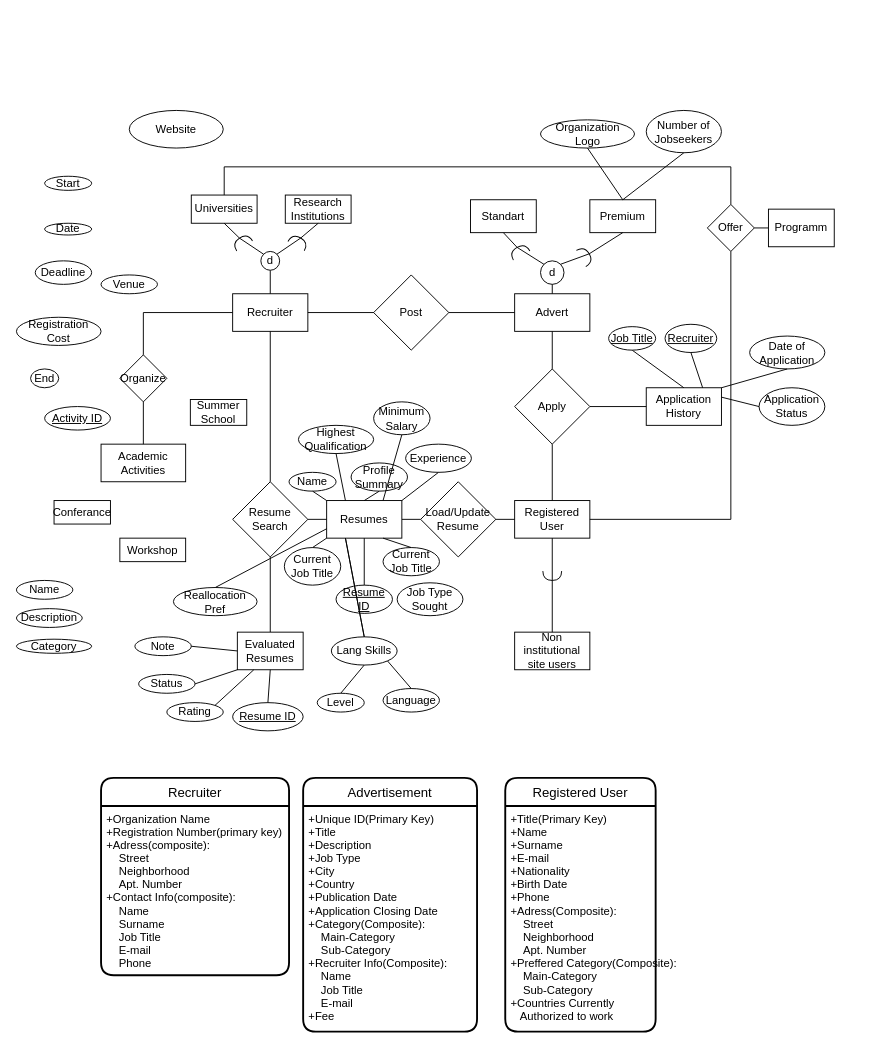
This is Untitled Diagram.drawio from elkesh/intro_to_database, a draw.io file, before an edit. Source tidied: cells renumbered, new cells numbered last; positions are measured from the earlier drawing's top-left corner, leaving out a move shared by most shapes. Both pictures are drawn from the tidied source at 94%, with x=0, y=0 at pixel (16, 110).
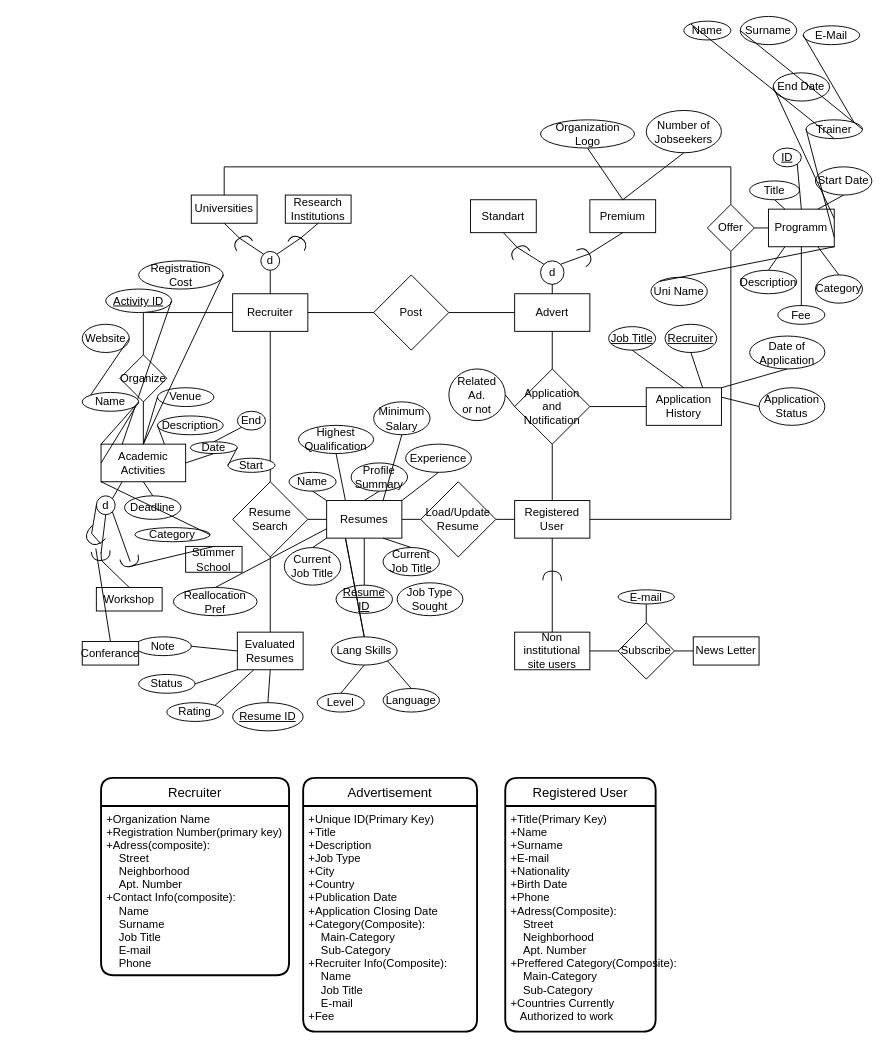
The same diagram, later.

The change refers to these unchanged cells:
```xml
<mxCell id="14" value="Non institutional site users" style="rounded=0;whiteSpace=wrap;html=1;" parent="1" vertex="1">
  <mxGeometry x="530" y="555" width="80" height="40" as="geometry" />
</mxCell>
<mxCell id="34" value="Academic&lt;br&gt;Activities" style="rounded=0;whiteSpace=wrap;html=1;" parent="1" vertex="1">
  <mxGeometry x="90" y="355" width="90" height="40" as="geometry" />
</mxCell>
<mxCell id="42" value="Programm" style="rounded=0;whiteSpace=wrap;html=1;" parent="1" vertex="1">
  <mxGeometry x="800" y="105" width="70" height="40" as="geometry" />
</mxCell>
```

Change to the diagram source:
```diff
@@
-    <mxCell id="12" style="shape=requiredInterface;html=1;verticalLabelPosition=bottom;sketch=0;rotation=90;" parent="1" vertex="1">
+    <mxCell id="12" style="shape=requiredInterface;html=1;verticalLabelPosition=bottom;sketch=0;rotation=-89;" parent="1" vertex="1">
       <mxGeometry x="565" y="485" width="10" height="20" as="geometry" />
     </mxCell>
@@
-    <mxCell id="17" value="Apply" style="rhombus;whiteSpace=wrap;html=1;" parent="1" vertex="1">
+    <mxCell id="17" value="Application&lt;br&gt;and&lt;br&gt;Notification" style="rhombus;whiteSpace=wrap;html=1;" parent="1" vertex="1">
       <mxGeometry x="530" y="275" width="80" height="80" as="geometry" />
     </mxCell>
@@
     <mxCell id="105" value="Conferance" style="whiteSpace=wrap;html=1;align=center;" parent="1" vertex="1">
-      <mxGeometry x="40" y="415" width="60" height="25" as="geometry" />
+      <mxGeometry x="70" y="565" width="60" height="25" as="geometry" />
     </mxCell>
     <mxCell id="106" value="Workshop" style="whiteSpace=wrap;html=1;align=center;" parent="1" vertex="1">
-      <mxGeometry x="110" y="455" width="70" height="25" as="geometry" />
+      <mxGeometry x="85" y="507.5" width="70" height="25" as="geometry" />
     </mxCell>
     <mxCell id="107" value="Summer School" style="whiteSpace=wrap;html=1;align=center;" parent="1" vertex="1">
-      <mxGeometry x="185" y="307.5" width="60" height="27.5" as="geometry" />
+      <mxGeometry x="180" y="463.8" width="60" height="27.5" as="geometry" />
     </mxCell>
     <mxCell id="108" value="Activity ID" style="ellipse;whiteSpace=wrap;html=1;align=center;fontStyle=4;" parent="1" vertex="1">
-      <mxGeometry x="30" y="315" width="70" height="25" as="geometry" />
+      <mxGeometry x="95" y="190" width="70" height="25" as="geometry" />
     </mxCell>
     <mxCell id="109" value="Start" style="ellipse;whiteSpace=wrap;html=1;align=center;" parent="1" vertex="1">
-      <mxGeometry x="30" y="70" width="50" height="15" as="geometry" />
+      <mxGeometry x="225" y="370" width="50" height="15" as="geometry" />
     </mxCell>
     <mxCell id="110" value="Date" style="ellipse;whiteSpace=wrap;html=1;align=center;" parent="1" vertex="1">
-      <mxGeometry x="30" y="120" width="50" height="12.5" as="geometry" />
+      <mxGeometry x="185" y="352.5" width="50" height="12.5" as="geometry" />
     </mxCell>
     <mxCell id="111" value="Deadline" style="ellipse;whiteSpace=wrap;html=1;align=center;" parent="1" vertex="1">
-      <mxGeometry x="20" y="160" width="60" height="25" as="geometry" />
+      <mxGeometry x="115" y="410" width="60" height="25" as="geometry" />
     </mxCell>
     <mxCell id="112" value="Registration Cost" style="ellipse;whiteSpace=wrap;html=1;align=center;" parent="1" vertex="1">
-      <mxGeometry y="220" width="90" height="30" as="geometry" />
+      <mxGeometry x="130" y="160" width="90" height="30" as="geometry" />
     </mxCell>
-    <mxCell id="113" value="Name" style="ellipse;whiteSpace=wrap;html=1;align=center;" parent="1" vertex="1">
-      <mxGeometry y="500" width="60" height="20" as="geometry" />
-    </mxCell>
     <mxCell id="114" value="Description" style="ellipse;whiteSpace=wrap;html=1;align=center;" parent="1" vertex="1">
-      <mxGeometry y="530" width="70" height="20" as="geometry" />
+      <mxGeometry x="150" y="325" width="70" height="20" as="geometry" />
     </mxCell>
     <mxCell id="115" value="Category" style="ellipse;whiteSpace=wrap;html=1;align=center;" parent="1" vertex="1">
-      <mxGeometry y="562.5" width="80" height="15" as="geometry" />
+      <mxGeometry x="126" y="443.8" width="80" height="15" as="geometry" />
     </mxCell>
     <mxCell id="116" value="Venue" style="ellipse;whiteSpace=wrap;html=1;align=center;" parent="1" vertex="1">
-      <mxGeometry x="90" y="175" width="60" height="20" as="geometry" />
+      <mxGeometry x="150" y="295" width="60" height="20" as="geometry" />
     </mxCell>
     <mxCell id="117" value="Website" style="ellipse;whiteSpace=wrap;html=1;align=center;" parent="1" vertex="1">
-      <mxGeometry x="120" width="100" height="40" as="geometry" />
+      <mxGeometry x="70" y="227.5" width="50" height="30" as="geometry" />
     </mxCell>
     <mxCell id="118" value="End" style="ellipse;whiteSpace=wrap;html=1;align=center;" parent="1" vertex="1">
-      <mxGeometry x="15" y="275" width="30" height="20" as="geometry" />
+      <mxGeometry x="235" y="320" width="30" height="20" as="geometry" />
     </mxCell>
+    <mxCell id="119" style="endArrow=none;html=1;rounded=0;exitX=1;exitY=0.5;exitDx=0;exitDy=0;entryX=0.5;entryY=0;entryDx=0;entryDy=0;" parent="1" edge="1" source="112" target="34">
+      <mxGeometry relative="1" as="geometry" />
+    </mxCell>
+    <mxCell id="120" style="endArrow=none;html=1;rounded=0;entryX=1;entryY=0.5;entryDx=0;entryDy=0;exitX=0.25;exitY=0;exitDx=0;exitDy=0;" parent="1" edge="1" source="34" target="108">
+      <mxGeometry relative="1" as="geometry" />
+    </mxCell>
+    <mxCell id="121" style="endArrow=none;html=1;rounded=0;entryX=1;entryY=0.5;entryDx=0;entryDy=0;exitX=0;exitY=0;exitDx=0;exitDy=0;startArrow=none;" parent="1" edge="1" source="113" target="117">
+      <mxGeometry relative="1" as="geometry" />
+    </mxCell>
+    <mxCell id="122" style="endArrow=none;html=1;rounded=0;exitX=1;exitY=0.5;exitDx=0;exitDy=0;entryX=0;entryY=0.5;entryDx=0;entryDy=0;" parent="1" edge="1" source="113" target="34">
+      <mxGeometry relative="1" as="geometry" />
+    </mxCell>
+    <mxCell id="123" style="endArrow=none;html=1;rounded=0;exitX=1;exitY=0.5;exitDx=0;exitDy=0;entryX=0;entryY=1;entryDx=0;entryDy=0;" parent="1" edge="1" source="115" target="34">
+      <mxGeometry relative="1" as="geometry" />
+    </mxCell>
+    <mxCell id="124" style="endArrow=none;html=1;rounded=0;exitX=0;exitY=0.5;exitDx=0;exitDy=0;entryX=0.5;entryY=0;entryDx=0;entryDy=0;" parent="1" edge="1" source="116" target="34">
+      <mxGeometry relative="1" as="geometry" />
+    </mxCell>
+    <mxCell id="125" style="endArrow=none;html=1;rounded=0;exitX=0;exitY=0.5;exitDx=0;exitDy=0;entryX=0.75;entryY=0;entryDx=0;entryDy=0;" parent="1" edge="1" source="114" target="34">
+      <mxGeometry relative="1" as="geometry" />
+    </mxCell>
+    <mxCell id="126" style="endArrow=none;html=1;rounded=0;exitX=1;exitY=0.5;exitDx=0;exitDy=0;entryX=0.5;entryY=1;entryDx=0;entryDy=0;" parent="1" edge="1" source="34" target="110">
+      <mxGeometry relative="1" as="geometry" />
+    </mxCell>
+    <mxCell id="127" style="endArrow=none;html=1;rounded=0;exitX=0.5;exitY=0;exitDx=0;exitDy=0;entryX=0;entryY=1;entryDx=0;entryDy=0;" parent="1" edge="1" source="110" target="118">
+      <mxGeometry relative="1" as="geometry" />
+    </mxCell>
+    <mxCell id="128" style="endArrow=none;html=1;rounded=0;exitX=1;exitY=0.5;exitDx=0;exitDy=0;entryX=0;entryY=0.5;entryDx=0;entryDy=0;" parent="1" edge="1" source="110" target="109">
+      <mxGeometry relative="1" as="geometry" />
+    </mxCell>
+    <mxCell id="129" style="endArrow=none;html=1;rounded=0;exitX=0.5;exitY=1;exitDx=0;exitDy=0;entryX=0.5;entryY=0;entryDx=0;entryDy=0;" parent="1" edge="1" source="34" target="111">
+      <mxGeometry relative="1" as="geometry" />
+    </mxCell>
+    <mxCell id="130" style="shape=requiredInterface;html=1;verticalLabelPosition=bottom;sketch=0;rotation=85;" parent="1" vertex="1">
+      <mxGeometry x="85" y="463.8" width="10" height="20" as="geometry" />
+    </mxCell>
+    <mxCell id="131" style="endArrow=none;html=1;rounded=0;exitX=0.5;exitY=0;exitDx=0;exitDy=0;startArrow=none;" parent="1" edge="1" source="174">
+      <mxGeometry relative="1" as="geometry">
+        <mxPoint x="80" y="450" as="targetPoint" />
+      </mxGeometry>
+    </mxCell>
+    <mxCell id="132" style="endArrow=none;html=1;rounded=0;entryX=0.5;entryY=1;entryDx=0;entryDy=0;" parent="1" edge="1" target="135">
+      <mxGeometry relative="1" as="geometry">
+        <mxPoint x="90" y="471" as="sourcePoint" />
+      </mxGeometry>
+    </mxCell>
+    <mxCell id="133" style="endArrow=none;html=1;rounded=0;exitX=0.5;exitY=0;exitDx=0;exitDy=0;entryX=1;entryY=0.5;entryDx=0;entryDy=0;entryPerimeter=0;" parent="1" edge="1" source="106" target="130">
+      <mxGeometry relative="1" as="geometry" />
+    </mxCell>
+    <mxCell id="134" style="shape=requiredInterface;html=1;verticalLabelPosition=bottom;sketch=0;rotation=75;" parent="1" vertex="1">
+      <mxGeometry x="116" y="470" width="10" height="20" as="geometry" />
+    </mxCell>
+    <mxCell id="135" value="d" style="ellipse;whiteSpace=wrap;html=1;" parent="1" vertex="1">
+      <mxGeometry x="85" y="410" width="20" height="20" as="geometry" />
+    </mxCell>
+    <mxCell id="136" style="endArrow=none;html=1;rounded=0;entryX=0;entryY=0.5;entryDx=0;entryDy=0;" parent="1" edge="1" target="135">
+      <mxGeometry relative="1" as="geometry">
+        <mxPoint x="80" y="450" as="sourcePoint" />
+      </mxGeometry>
+    </mxCell>
+    <mxCell id="137" style="endArrow=none;html=1;rounded=0;entryX=1;entryY=0.5;entryDx=0;entryDy=0;entryPerimeter=0;" parent="1" edge="1" target="130">
+      <mxGeometry relative="1" as="geometry">
+        <mxPoint x="90" y="470" as="sourcePoint" />
+      </mxGeometry>
+    </mxCell>
+    <mxCell id="138" style="endArrow=none;html=1;rounded=0;exitX=1;exitY=1;exitDx=0;exitDy=0;" parent="1" edge="1" source="135">
+      <mxGeometry relative="1" as="geometry">
+        <mxPoint x="121" y="480" as="targetPoint" />
+      </mxGeometry>
+    </mxCell>
+    <mxCell id="139" style="endArrow=none;html=1;rounded=0;entryX=0.5;entryY=0;entryDx=0;entryDy=0;exitX=1;exitY=0.5;exitDx=0;exitDy=0;exitPerimeter=0;" parent="1" edge="1" source="134" target="107">
+      <mxGeometry relative="1" as="geometry" />
+    </mxCell>
+    <mxCell id="140" style="endArrow=none;html=1;rounded=0;entryX=0.25;entryY=1;entryDx=0;entryDy=0;exitX=1;exitY=0;exitDx=0;exitDy=0;" parent="1" edge="1" source="135" target="34">
+      <mxGeometry relative="1" as="geometry" />
+    </mxCell>
+    <mxCell id="141" value="Title" style="ellipse;whiteSpace=wrap;html=1;align=center;" parent="1" vertex="1">
+      <mxGeometry x="780" y="75" width="53" height="20" as="geometry" />
+    </mxCell>
+    <mxCell id="142" value="Description" style="ellipse;whiteSpace=wrap;html=1;align=center;" parent="1" vertex="1">
+      <mxGeometry x="770" y="170" width="60" height="25" as="geometry" />
+    </mxCell>
+    <mxCell id="143" value="ID" style="ellipse;whiteSpace=wrap;html=1;align=center;fontStyle=4;" parent="1" vertex="1">
+      <mxGeometry x="805" y="40" width="30" height="20" as="geometry" />
+    </mxCell>
+    <mxCell id="144" value="Category" style="ellipse;whiteSpace=wrap;html=1;align=center;" parent="1" vertex="1">
+      <mxGeometry x="850" y="175" width="50" height="30" as="geometry" />
+    </mxCell>
+    <mxCell id="145" value="Start Date" style="ellipse;whiteSpace=wrap;html=1;align=center;" parent="1" vertex="1">
+      <mxGeometry x="850" y="60" width="60" height="30" as="geometry" />
+    </mxCell>
+    <mxCell id="146" value="End Date" style="ellipse;whiteSpace=wrap;html=1;align=center;" parent="1" vertex="1">
+      <mxGeometry x="805" y="-40" width="60" height="30" as="geometry" />
+    </mxCell>
+    <mxCell id="147" value="Trainer" style="ellipse;whiteSpace=wrap;html=1;align=center;" parent="1" vertex="1">
+      <mxGeometry x="840" y="10" width="60" height="20" as="geometry" />
+    </mxCell>
+    <mxCell id="148" value="Name" style="ellipse;whiteSpace=wrap;html=1;align=center;" parent="1" vertex="1">
+      <mxGeometry x="710" y="-95" width="50" height="20" as="geometry" />
+    </mxCell>
+    <mxCell id="149" value="Surname" style="ellipse;whiteSpace=wrap;html=1;align=center;" parent="1" vertex="1">
+      <mxGeometry x="770" y="-100" width="60" height="30" as="geometry" />
+    </mxCell>
+    <mxCell id="150" value="E-Mail" style="ellipse;whiteSpace=wrap;html=1;align=center;" parent="1" vertex="1">
+      <mxGeometry x="837" y="-90" width="60" height="20" as="geometry" />
+    </mxCell>
+    <mxCell id="151" value="Fee" style="ellipse;whiteSpace=wrap;html=1;align=center;" parent="1" vertex="1">
+      <mxGeometry x="810" y="207.5" width="50" height="20" as="geometry" />
+    </mxCell>
+    <mxCell id="152" value="Uni Name" style="ellipse;whiteSpace=wrap;html=1;align=center;" parent="1" vertex="1">
+      <mxGeometry x="675" y="177.5" width="60" height="30" as="geometry" />
+    </mxCell>
+    <mxCell id="153" style="endArrow=none;html=1;rounded=0;entryX=0.5;entryY=1;entryDx=0;entryDy=0;exitX=0;exitY=0;exitDx=0;exitDy=0;" parent="1" edge="1" source="148" target="147">
+      <mxGeometry relative="1" as="geometry" />
+    </mxCell>
+    <mxCell id="154" style="endArrow=none;html=1;rounded=0;entryX=1;entryY=0.5;entryDx=0;entryDy=0;exitX=0;exitY=0.5;exitDx=0;exitDy=0;" parent="1" edge="1" source="149" target="147">
+      <mxGeometry relative="1" as="geometry" />
+    </mxCell>
+    <mxCell id="155" style="endArrow=none;html=1;rounded=0;entryX=1;entryY=0.75;entryDx=0;entryDy=0;exitX=0;exitY=0.5;exitDx=0;exitDy=0;" parent="1" edge="1" source="147" target="42">
+      <mxGeometry relative="1" as="geometry" />
+    </mxCell>
+    <mxCell id="156" style="endArrow=none;html=1;rounded=0;entryX=0;entryY=0;entryDx=0;entryDy=0;exitX=1;exitY=1;exitDx=0;exitDy=0;" parent="1" edge="1" source="42" target="152">
+      <mxGeometry relative="1" as="geometry" />
+    </mxCell>
+    <mxCell id="157" style="endArrow=none;html=1;rounded=0;entryX=0.75;entryY=1;entryDx=0;entryDy=0;exitX=0.5;exitY=0;exitDx=0;exitDy=0;" parent="1" edge="1" source="144" target="42">
+      <mxGeometry relative="1" as="geometry" />
+    </mxCell>
+    <mxCell id="158" style="endArrow=none;html=1;rounded=0;exitX=0.5;exitY=0;exitDx=0;exitDy=0;entryX=0.5;entryY=1;entryDx=0;entryDy=0;" parent="1" edge="1" source="151" target="42">
+      <mxGeometry relative="1" as="geometry" />
+    </mxCell>
+    <mxCell id="159" style="endArrow=none;html=1;rounded=0;entryX=0.5;entryY=0;entryDx=0;entryDy=0;exitX=0.25;exitY=1;exitDx=0;exitDy=0;" parent="1" edge="1" source="42" target="142">
+      <mxGeometry relative="1" as="geometry" />
+    </mxCell>
+    <mxCell id="160" style="endArrow=none;html=1;rounded=0;entryX=0.5;entryY=1;entryDx=0;entryDy=0;exitX=0.75;exitY=0;exitDx=0;exitDy=0;" parent="1" edge="1" source="42" target="145">
+      <mxGeometry relative="1" as="geometry" />
+    </mxCell>
+    <mxCell id="161" style="endArrow=none;html=1;rounded=0;entryX=0;entryY=0.5;entryDx=0;entryDy=0;exitX=1;exitY=0.25;exitDx=0;exitDy=0;" parent="1" edge="1" source="42" target="146">
+      <mxGeometry relative="1" as="geometry" />
+    </mxCell>
+    <mxCell id="162" style="endArrow=none;html=1;rounded=0;entryX=1;entryY=0;entryDx=0;entryDy=0;exitX=0;exitY=0.5;exitDx=0;exitDy=0;" parent="1" edge="1" source="150" target="147">
+      <mxGeometry relative="1" as="geometry" />
+    </mxCell>
+    <mxCell id="163" style="endArrow=none;html=1;rounded=0;entryX=1;entryY=1;entryDx=0;entryDy=0;exitX=0.5;exitY=0;exitDx=0;exitDy=0;" parent="1" edge="1" source="42" target="143">
+      <mxGeometry relative="1" as="geometry" />
+    </mxCell>
+    <mxCell id="164" style="endArrow=none;html=1;rounded=0;entryX=0.5;entryY=1;entryDx=0;entryDy=0;exitX=0.25;exitY=0;exitDx=0;exitDy=0;" parent="1" edge="1" source="42" target="141">
+      <mxGeometry relative="1" as="geometry" />
+    </mxCell>
+    <mxCell id="165" value="Related Ad.&lt;br&gt;or not" style="ellipse;whiteSpace=wrap;html=1;align=center;" parent="1" vertex="1">
+      <mxGeometry x="460" y="275" width="60" height="55" as="geometry" />
+    </mxCell>
+    <mxCell id="166" style="endArrow=none;html=1;rounded=0;exitX=1;exitY=0.5;exitDx=0;exitDy=0;entryX=0;entryY=0.5;entryDx=0;entryDy=0;" parent="1" edge="1" source="165" target="17">
+      <mxGeometry relative="1" as="geometry" />
+    </mxCell>
+    <mxCell id="167" style="endArrow=none;html=1;rounded=0;exitX=1;exitY=0.5;exitDx=0;exitDy=0;entryX=0;entryY=0.5;entryDx=0;entryDy=0;" parent="1" edge="1" source="14" target="169">
+      <mxGeometry relative="1" as="geometry" />
+    </mxCell>
+    <mxCell id="168" value="News Letter" style="whiteSpace=wrap;html=1;align=center;" parent="1" vertex="1">
+      <mxGeometry x="720" y="560" width="70" height="30" as="geometry" />
+    </mxCell>
+    <mxCell id="169" value="Subscribe" style="shape=rhombus;perimeter=rhombusPerimeter;whiteSpace=wrap;html=1;align=center;" parent="1" vertex="1">
+      <mxGeometry x="640" y="545" width="60" height="60" as="geometry" />
+    </mxCell>
+    <mxCell id="170" style="endArrow=none;html=1;rounded=0;exitX=1;exitY=0.5;exitDx=0;exitDy=0;entryX=0;entryY=0.5;entryDx=0;entryDy=0;" parent="1" edge="1" source="169" target="168">
+      <mxGeometry relative="1" as="geometry" />
+    </mxCell>
+    <mxCell id="171" style="endArrow=none;html=1;rounded=0;exitX=0.5;exitY=0;exitDx=0;exitDy=0;entryX=0.5;entryY=1;entryDx=0;entryDy=0;" parent="1" edge="1" source="169" target="172">
+      <mxGeometry relative="1" as="geometry" />
+    </mxCell>
+    <mxCell id="172" value="E-mail" style="ellipse;whiteSpace=wrap;html=1;align=center;" parent="1" vertex="1">
+      <mxGeometry x="640" y="510" width="60" height="15" as="geometry" />
+    </mxCell>
+    <mxCell id="113" value="Name" style="ellipse;whiteSpace=wrap;html=1;align=center;" parent="1" vertex="1">
+      <mxGeometry x="70" y="300" width="60" height="20" as="geometry" />
+    </mxCell>
+    <mxCell id="173" style="endArrow=none;html=1;rounded=0;entryX=1;entryY=0.5;entryDx=0;entryDy=0;exitX=0;exitY=0;exitDx=0;exitDy=0;" parent="1" edge="1" source="34" target="113">
+      <mxGeometry relative="1" as="geometry" />
+    </mxCell>
+    <mxCell id="174" style="shape=requiredInterface;html=1;verticalLabelPosition=bottom;sketch=0;rotation=135;" parent="1" vertex="1">
+      <mxGeometry x="75" y="443.8" width="15" height="20" as="geometry" />
+    </mxCell>
+    <mxCell id="175" style="endArrow=none;html=1;rounded=0;exitX=0.5;exitY=0;exitDx=0;exitDy=0;" parent="1" edge="1" source="105" target="174">
+      <mxGeometry relative="1" as="geometry" />
+    </mxCell>
```
